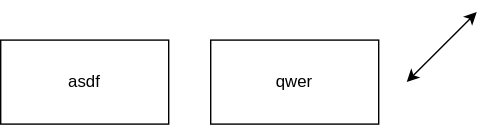
Before: test-diagram.drawio.svg, a diagram exported from draw.io (domherriott/test-drawio). Source tidied: cells renumbered, new cells last; positions are measured from the earlier drawing's top-left corner, leaving out a move shared by most shapes.
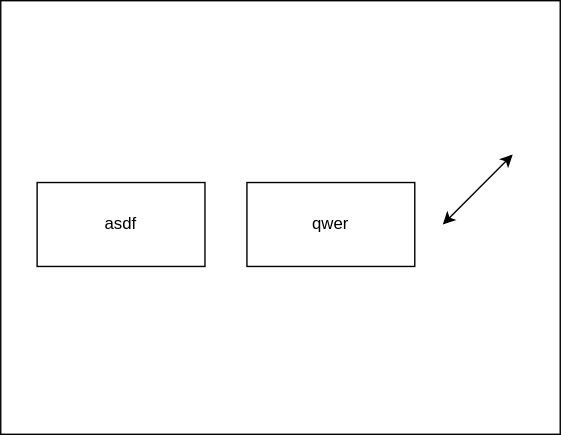
After the commit.

Change to the diagram source:
```diff
@@ -2,6 +2,9 @@
   <root>
     <mxCell id="0" />
     <mxCell id="1" parent="0" />
+    <mxCell id="5" style="rounded=0;whiteSpace=wrap;html=1;" parent="1" vertex="1">
+      <mxGeometry x="-26" y="-110" width="400" height="310" as="geometry" />
+    </mxCell>
     <mxCell id="2" value="asdf" style="rounded=0;whiteSpace=wrap;html=1;" parent="1" vertex="1">
       <mxGeometry y="20" width="120" height="60" as="geometry" />
     </mxCell>
```
